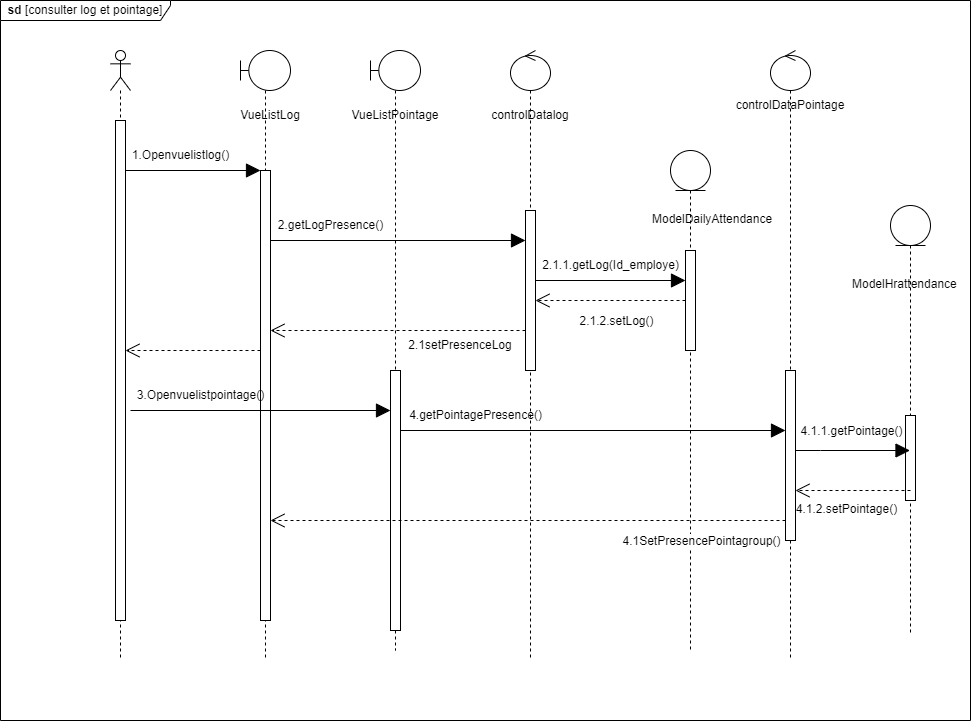
Before: static/Diagramme des séquences conceptuel  log et pointage .drawio.png, a diagram exported from draw.io (Siluearsene/borne_biometrique). Source tidied: cells renumbered, new cells last; positions are measured from the earlier drawing's top-left corner, leaving out a move shared by most shapes.
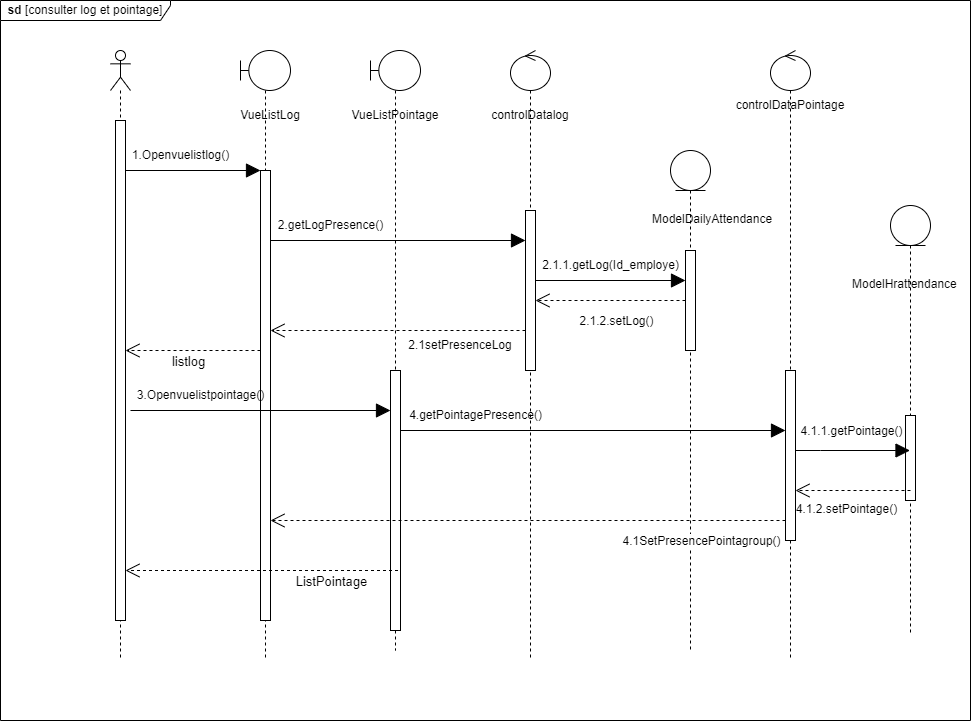
The same file after the commit.

Commit message:
Mettre à jour Diagramme des séquences conceptuel  log et pointage .drawio.png

Diff of the diagram source:
```diff
@@ -159,5 +159,20 @@
         <mxPoint x="260" y="350" as="sourcePoint" />
       </mxGeometry>
     </mxCell>
+    <mxCell id="44" value="&lt;font style=&quot;font-size: 13px;&quot;&gt;listlog&lt;/font&gt;" style="edgeLabel;html=1;align=center;verticalAlign=middle;" parent="43" vertex="1">
+      <mxGeometry x="0.08" y="4" relative="1" as="geometry">
+        <mxPoint y="6" as="offset" />
+      </mxGeometry>
+    </mxCell>
+    <mxCell id="45" style="endArrow=open;dashed=1;endFill=0;endSize=12;html=1;rounded=0;" parent="1" edge="1" target="6">
+      <mxGeometry relative="1" as="geometry">
+        <mxPoint x="397.5" y="570" as="sourcePoint" />
+      </mxGeometry>
+    </mxCell>
+    <mxCell id="46" value="&lt;font style=&quot;font-size: 13px;&quot;&gt;ListPointage&lt;/font&gt;" style="edgeLabel;html=1;align=center;verticalAlign=middle;" parent="45" vertex="1">
+      <mxGeometry x="0.08" y="4" relative="1" as="geometry">
+        <mxPoint x="80" y="6" as="offset" />
+      </mxGeometry>
+    </mxCell>
   </root>
 </mxGraphModel>
```
